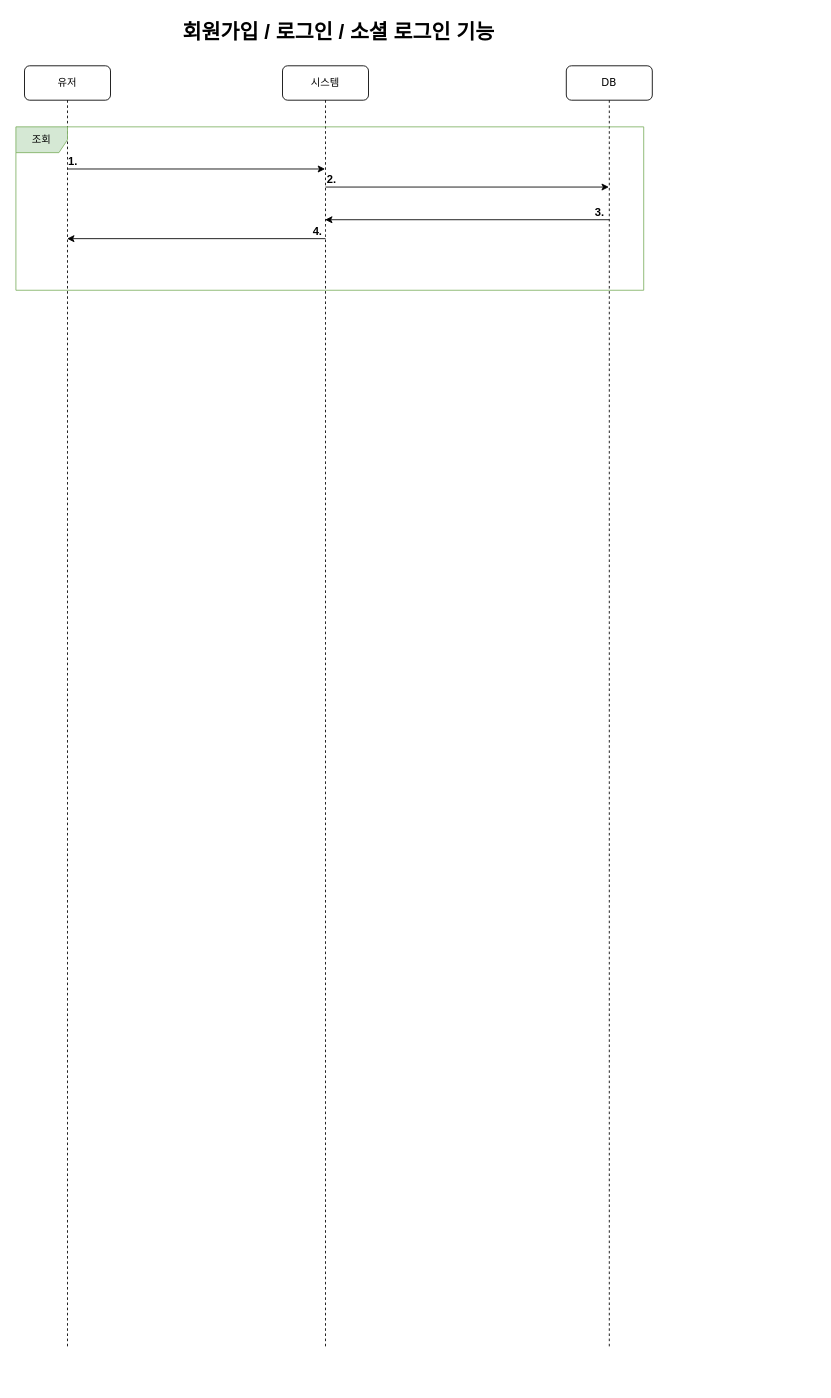
Before: documents/sequence-diagram-login.drawio in mrcocoball/To-Dolist, a draw.io diagram. Source tidied: cells renumbered, new cells numbered last; positions are measured from the earlier drawing's top-left corner, leaving out a move shared by most shapes. Both pictures are drawn from the tidied source at 86%, with x=0, y=0 at pixel (15, 15).
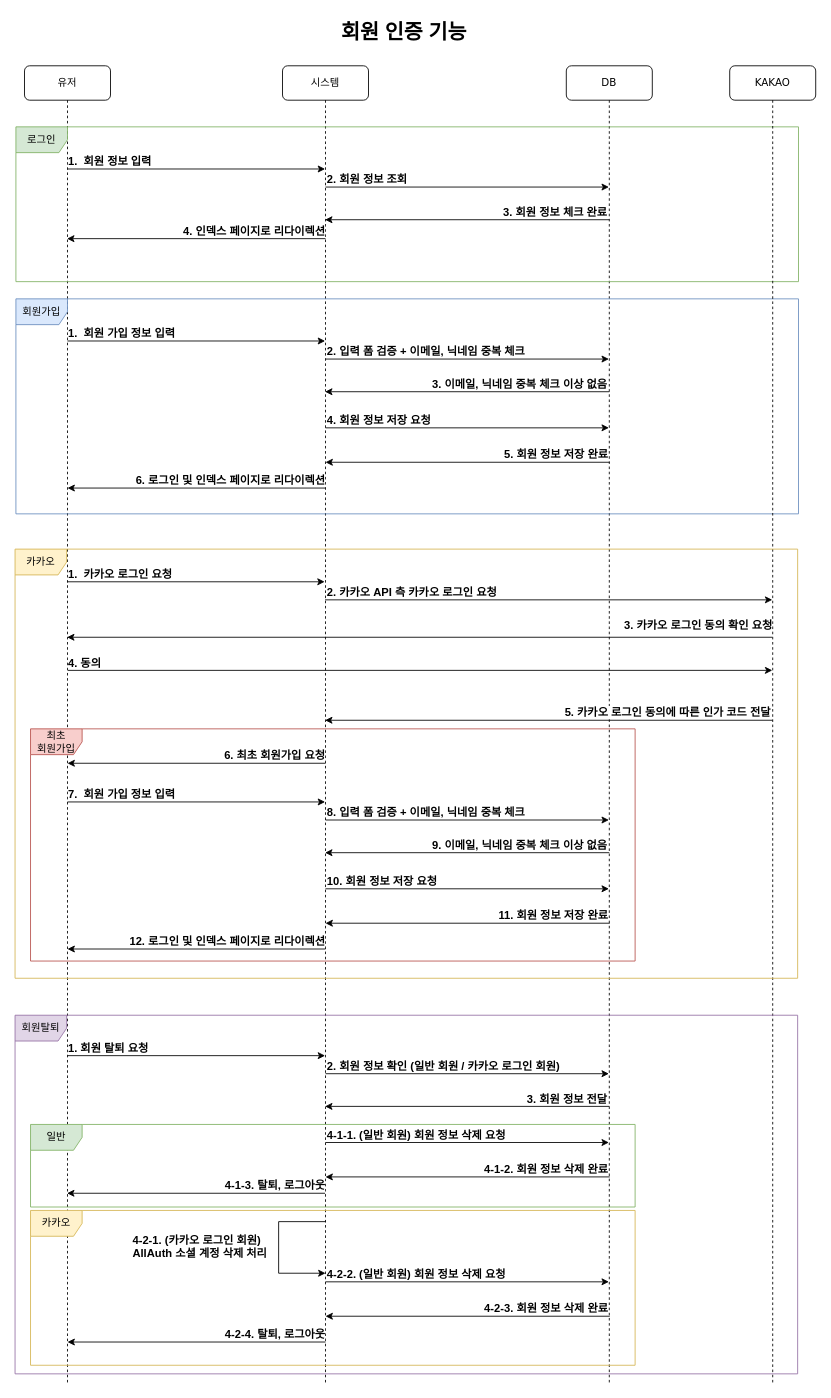
The same page after the edit.

Commit message:
#42 - sequence-diagram-login 수정

Unchanged cells that the change refers to:
```xml
<mxCell id="9" style="endArrow=classic;html=1;rounded=0;" parent="1" edge="1">
  <mxGeometry relative="1" as="geometry">
    <mxPoint x="60" y="179" as="sourcePoint" />
    <mxPoint x="359.5" y="179" as="targetPoint" />
  </mxGeometry>
</mxCell>
```

Change to the diagram source:
```diff
@@
-    <mxCell id="2" value="회원가입 / 로그인 / 소셜 로그인 기능" style="text;strokeColor=none;fillColor=none;html=1;fontSize=24;fontStyle=1;verticalAlign=middle;align=center;" parent="1" vertex="1">
-      <mxGeometry x="325" width="100" height="40" as="geometry" />
+    <mxCell id="2" value="회원 인증 기능" style="text;strokeColor=none;fillColor=none;html=1;fontSize=24;fontStyle=1;verticalAlign=middle;align=center;" parent="1" vertex="1">
+      <mxGeometry x="401" width="100" height="40" as="geometry" />
     </mxCell>
     <mxCell id="3" value="시스템" style="shape=umlLifeline;perimeter=lifelinePerimeter;whiteSpace=wrap;html=1;outlineConnect=0;rounded=1;shadow=0;comic=0;labelBackgroundColor=none;strokeWidth=1;fontFamily=Verdana;fontSize=12;align=center;" parent="1" vertex="1">
-      <mxGeometry x="310" y="59" width="100" height="1491" as="geometry" />
+      <mxGeometry x="310" y="59" width="100" height="1531" as="geometry" />
     </mxCell>
@@
+    <mxCell id="15" style="endArrow=classic;html=1;rounded=0;edgeStyle=elbowEdgeStyle;" parent="3" edge="1">
+      <mxGeometry relative="1" as="geometry">
+        <mxPoint x="50.5" y="1344" as="sourcePoint" />
+        <mxPoint x="50" y="1404" as="targetPoint" />
+        <Array as="points">
+          <mxPoint x="-4.5" y="1404" />
+        </Array>
+      </mxGeometry>
+    </mxCell>
     <mxCell id="5" value="DB" style="shape=umlLifeline;perimeter=lifelinePerimeter;whiteSpace=wrap;html=1;rounded=1;shadow=0;comic=0;labelBackgroundColor=none;strokeWidth=1;fontFamily=Verdana;fontSize=12;align=center;" parent="1" vertex="1">
-      <mxGeometry x="640" y="59" width="100" height="1491" as="geometry" />
+      <mxGeometry x="640" y="59" width="100" height="1531" as="geometry" />
     </mxCell>
@@
-    <mxCell id="7" value="3.&amp;nbsp;" style="edgeLabel;html=1;align=right;verticalAlign=middle;fontSize=13;fontStyle=1;" parent="5" vertex="1">
+    <mxCell id="7" value="3. 회원 정보 체크 완료" style="edgeLabel;html=1;align=right;verticalAlign=middle;fontSize=13;fontStyle=1;" parent="5" vertex="1">
       <mxGeometry x="48" y="169" as="geometry" />
     </mxCell>
     <mxCell id="8" value="유저" style="shape=umlLifeline;perimeter=lifelinePerimeter;whiteSpace=wrap;html=1;outlineConnect=0;rounded=1;shadow=0;comic=0;labelBackgroundColor=none;strokeWidth=1;fontFamily=Verdana;fontSize=12;align=center;" parent="1" vertex="1">
-      <mxGeometry x="10" y="59" width="100" height="1491" as="geometry" />
+      <mxGeometry x="10" y="59" width="100" height="1531" as="geometry" />
     </mxCell>
@@
-    <mxCell id="10" value="1.&amp;nbsp;" style="edgeLabel;html=1;align=left;verticalAlign=middle;fontSize=13;fontStyle=1;" parent="9" vertex="1">
+    <mxCell id="10" value="1.&amp;nbsp; 회원 정보 입력" style="edgeLabel;html=1;align=left;verticalAlign=middle;fontSize=13;fontStyle=1;" parent="9" vertex="1">
       <mxGeometry x="-0.25" y="4" relative="1" as="geometry">
         <mxPoint x="-113" y="-6" as="offset" />
       </mxGeometry>
     </mxCell>
@@
-    <mxCell id="12" value="2.&amp;nbsp;" style="edgeLabel;html=1;align=left;verticalAlign=middle;fontSize=13;fontStyle=1;" parent="1" vertex="1">
+    <mxCell id="12" value="2. 회원 정보 조회" style="edgeLabel;html=1;align=left;verticalAlign=middle;fontSize=13;fontStyle=1;" parent="1" vertex="1">
       <mxGeometry x="360" y="190" as="geometry" />
     </mxCell>
-    <mxCell id="13" value="4.&amp;nbsp;" style="edgeLabel;html=1;align=right;verticalAlign=middle;fontSize=13;fontStyle=1;" parent="1" vertex="1">
+    <mxCell id="13" value="4. 인덱스 페이지로 리다이렉션" style="edgeLabel;html=1;align=right;verticalAlign=middle;fontSize=13;fontStyle=1;" parent="1" vertex="1">
       <mxGeometry x="360" y="250" as="geometry" />
     </mxCell>
-    <mxCell id="14" value="조회" style="shape=umlFrame;whiteSpace=wrap;html=1;fillColor=#d5e8d4;strokeColor=#82b366;" parent="1" vertex="1">
-      <mxGeometry y="130" width="730" height="190" as="geometry" />
+    <mxCell id="14" value="로그인" style="shape=umlFrame;whiteSpace=wrap;html=1;fillColor=#d5e8d4;strokeColor=#82b366;" parent="1" vertex="1">
+      <mxGeometry y="130" width="910" height="180" as="geometry" />
     </mxCell>
+    <mxCell id="16" style="endArrow=classic;html=1;rounded=0;" parent="1" edge="1">
+      <mxGeometry relative="1" as="geometry">
+        <mxPoint x="360" y="550" as="sourcePoint" />
+        <mxPoint x="60" y="550" as="targetPoint" />
+      </mxGeometry>
+    </mxCell>
+    <mxCell id="17" style="endArrow=classic;html=1;rounded=0;" parent="1" edge="1">
+      <mxGeometry relative="1" as="geometry">
+        <mxPoint x="690" y="438" as="sourcePoint" />
+        <mxPoint x="359.5" y="438" as="targetPoint" />
+      </mxGeometry>
+    </mxCell>
+    <mxCell id="18" value="3. 이메일, 닉네임 중복 체크 이상 없음" style="edgeLabel;html=1;align=right;verticalAlign=middle;fontSize=13;fontStyle=1;" parent="1" vertex="1">
+      <mxGeometry x="688" y="428" as="geometry" />
+    </mxCell>
+    <mxCell id="19" style="endArrow=classic;html=1;rounded=0;" parent="1" edge="1">
+      <mxGeometry relative="1" as="geometry">
+        <mxPoint x="60" y="379" as="sourcePoint" />
+        <mxPoint x="359.5" y="379" as="targetPoint" />
+      </mxGeometry>
+    </mxCell>
+    <mxCell id="20" value="1.&amp;nbsp; 회원 가입 정보 입력" style="edgeLabel;html=1;align=left;verticalAlign=middle;fontSize=13;fontStyle=1;" parent="19" vertex="1">
+      <mxGeometry x="-0.25" y="4" relative="1" as="geometry">
+        <mxPoint x="-113" y="-6" as="offset" />
+      </mxGeometry>
+    </mxCell>
+    <mxCell id="21" style="endArrow=classic;html=1;rounded=0;" parent="1" edge="1">
+      <mxGeometry relative="1" as="geometry">
+        <mxPoint x="360" y="400" as="sourcePoint" />
+        <mxPoint x="689.5" y="400" as="targetPoint" />
+      </mxGeometry>
+    </mxCell>
+    <mxCell id="22" value="2. 입력 폼 검증 + 이메일, 닉네임 중복 체크" style="edgeLabel;html=1;align=left;verticalAlign=middle;fontSize=13;fontStyle=1;" parent="1" vertex="1">
+      <mxGeometry x="360" y="390" as="geometry" />
+    </mxCell>
+    <mxCell id="23" value="6. 로그인 및 인덱스 페이지로 리다이렉션" style="edgeLabel;html=1;align=right;verticalAlign=middle;fontSize=13;fontStyle=1;" parent="1" vertex="1">
+      <mxGeometry x="360" y="540" as="geometry" />
+    </mxCell>
+    <mxCell id="24" value="회원가입" style="shape=umlFrame;whiteSpace=wrap;html=1;fillColor=#dae8fc;strokeColor=#6c8ebf;" parent="1" vertex="1">
+      <mxGeometry y="330" width="910" height="250" as="geometry" />
+    </mxCell>
+    <mxCell id="25" style="endArrow=classic;html=1;rounded=0;" parent="1" edge="1">
+      <mxGeometry relative="1" as="geometry">
+        <mxPoint x="360" y="480" as="sourcePoint" />
+        <mxPoint x="689.5" y="480" as="targetPoint" />
+      </mxGeometry>
+    </mxCell>
+    <mxCell id="26" value="4. 회원 정보 저장 요청" style="edgeLabel;html=1;align=left;verticalAlign=middle;fontSize=13;fontStyle=1;" parent="1" vertex="1">
+      <mxGeometry x="360" y="470" as="geometry" />
+    </mxCell>
+    <mxCell id="27" style="endArrow=classic;html=1;rounded=0;" parent="1" edge="1">
+      <mxGeometry relative="1" as="geometry">
+        <mxPoint x="690.5" y="520" as="sourcePoint" />
+        <mxPoint x="360" y="520" as="targetPoint" />
+      </mxGeometry>
+    </mxCell>
+    <mxCell id="28" value="5. 회원 정보 저장 완료" style="edgeLabel;html=1;align=right;verticalAlign=middle;fontSize=13;fontStyle=1;" parent="1" vertex="1">
+      <mxGeometry x="688.5" y="510" as="geometry" />
+    </mxCell>
+    <mxCell id="29" style="endArrow=classic;html=1;rounded=0;" parent="1" edge="1">
+      <mxGeometry relative="1" as="geometry">
+        <mxPoint x="879.5" y="723.5" as="sourcePoint" />
+        <mxPoint x="59.5" y="723.5" as="targetPoint" />
+      </mxGeometry>
+    </mxCell>
+    <mxCell id="30" value="3. 카카오 로그인 동의 확인 요청" style="edgeLabel;html=1;align=right;verticalAlign=middle;fontSize=13;fontStyle=1;" parent="1" vertex="1">
+      <mxGeometry x="880" y="708" as="geometry" />
+    </mxCell>
+    <mxCell id="31" style="endArrow=classic;html=1;rounded=0;" parent="1" edge="1">
+      <mxGeometry relative="1" as="geometry">
+        <mxPoint x="59.5" y="659" as="sourcePoint" />
+        <mxPoint x="359" y="659" as="targetPoint" />
+      </mxGeometry>
+    </mxCell>
+    <mxCell id="32" value="1.&amp;nbsp; 카카오 로그인 요청" style="edgeLabel;html=1;align=left;verticalAlign=middle;fontSize=13;fontStyle=1;" parent="31" vertex="1">
+      <mxGeometry x="-0.25" y="4" relative="1" as="geometry">
+        <mxPoint x="-113" y="-6" as="offset" />
+      </mxGeometry>
+    </mxCell>
+    <mxCell id="33" style="endArrow=classic;html=1;rounded=0;" parent="1" edge="1" target="35">
+      <mxGeometry relative="1" as="geometry">
+        <mxPoint x="359.5" y="680" as="sourcePoint" />
+      </mxGeometry>
+    </mxCell>
+    <mxCell id="34" value="2. 카카오 API 측 카카오 로그인 요청" style="edgeLabel;html=1;align=left;verticalAlign=middle;fontSize=13;fontStyle=1;" parent="1" vertex="1">
+      <mxGeometry x="359.5" y="670" as="geometry" />
+    </mxCell>
+    <mxCell id="35" value="KAKAO" style="shape=umlLifeline;perimeter=lifelinePerimeter;whiteSpace=wrap;html=1;outlineConnect=0;rounded=1;shadow=0;comic=0;labelBackgroundColor=none;strokeWidth=1;fontFamily=Verdana;fontSize=12;align=center;" parent="1" vertex="1">
+      <mxGeometry x="830" y="59" width="100" height="1531" as="geometry" />
+    </mxCell>
+    <mxCell id="36" style="endArrow=classic;html=1;rounded=0;" parent="1" edge="1" target="35">
+      <mxGeometry relative="1" as="geometry">
+        <mxPoint x="60.5" y="762" as="sourcePoint" />
+      </mxGeometry>
+    </mxCell>
+    <mxCell id="37" value="4. 동의" style="edgeLabel;html=1;align=left;verticalAlign=middle;fontSize=13;fontStyle=1;" parent="36" vertex="1">
+      <mxGeometry x="-0.25" y="4" relative="1" as="geometry">
+        <mxPoint x="-309" y="-6" as="offset" />
+      </mxGeometry>
+    </mxCell>
+    <mxCell id="38" style="endArrow=classic;html=1;rounded=0;" parent="1" edge="1" target="3">
+      <mxGeometry relative="1" as="geometry">
+        <mxPoint x="880" y="820" as="sourcePoint" />
+      </mxGeometry>
+    </mxCell>
+    <mxCell id="39" value="5. 카카오 로그인 동의에 따른 인가 코드 전달" style="edgeLabel;html=1;align=right;verticalAlign=middle;fontSize=13;fontStyle=1;" parent="1" vertex="1">
+      <mxGeometry x="878" y="810" as="geometry" />
+    </mxCell>
+    <mxCell id="40" value="6. 최초 회원가입 요청" style="edgeLabel;html=1;align=right;verticalAlign=middle;fontSize=13;fontStyle=1;" parent="1" vertex="1">
+      <mxGeometry x="360" y="860" as="geometry" />
+    </mxCell>
+    <mxCell id="41" style="endArrow=classic;html=1;rounded=0;" parent="1" edge="1">
+      <mxGeometry relative="1" as="geometry">
+        <mxPoint x="360" y="870" as="sourcePoint" />
+        <mxPoint x="60" y="870" as="targetPoint" />
+      </mxGeometry>
+    </mxCell>
+    <mxCell id="42" style="endArrow=classic;html=1;rounded=0;" parent="1" edge="1">
+      <mxGeometry relative="1" as="geometry">
+        <mxPoint x="360" y="1086" as="sourcePoint" />
+        <mxPoint x="60" y="1086" as="targetPoint" />
+      </mxGeometry>
+    </mxCell>
+    <mxCell id="43" style="endArrow=classic;html=1;rounded=0;" parent="1" edge="1">
+      <mxGeometry relative="1" as="geometry">
+        <mxPoint x="690" y="974" as="sourcePoint" />
+        <mxPoint x="359.5" y="974" as="targetPoint" />
+      </mxGeometry>
+    </mxCell>
+    <mxCell id="44" value="9. 이메일, 닉네임 중복 체크 이상 없음" style="edgeLabel;html=1;align=right;verticalAlign=middle;fontSize=13;fontStyle=1;" parent="1" vertex="1">
+      <mxGeometry x="688" y="964" as="geometry" />
+    </mxCell>
+    <mxCell id="45" style="endArrow=classic;html=1;rounded=0;" parent="1" edge="1">
+      <mxGeometry relative="1" as="geometry">
+        <mxPoint x="60" y="915" as="sourcePoint" />
+        <mxPoint x="359.5" y="915" as="targetPoint" />
+      </mxGeometry>
+    </mxCell>
+    <mxCell id="46" value="7.&amp;nbsp; 회원 가입 정보 입력" style="edgeLabel;html=1;align=left;verticalAlign=middle;fontSize=13;fontStyle=1;" parent="45" vertex="1">
+      <mxGeometry x="-0.25" y="4" relative="1" as="geometry">
+        <mxPoint x="-113" y="-6" as="offset" />
+      </mxGeometry>
+    </mxCell>
+    <mxCell id="47" style="endArrow=classic;html=1;rounded=0;" parent="1" edge="1">
+      <mxGeometry relative="1" as="geometry">
+        <mxPoint x="360" y="936" as="sourcePoint" />
+        <mxPoint x="689.5" y="936" as="targetPoint" />
+      </mxGeometry>
+    </mxCell>
+    <mxCell id="48" value="8. 입력 폼 검증 + 이메일, 닉네임 중복 체크" style="edgeLabel;html=1;align=left;verticalAlign=middle;fontSize=13;fontStyle=1;" parent="1" vertex="1">
+      <mxGeometry x="360" y="926" as="geometry" />
+    </mxCell>
+    <mxCell id="49" value="12. 로그인 및 인덱스 페이지로 리다이렉션" style="edgeLabel;html=1;align=right;verticalAlign=middle;fontSize=13;fontStyle=1;" parent="1" vertex="1">
+      <mxGeometry x="360" y="1076" as="geometry" />
+    </mxCell>
+    <mxCell id="50" style="endArrow=classic;html=1;rounded=0;" parent="1" edge="1">
+      <mxGeometry relative="1" as="geometry">
+        <mxPoint x="360" y="1016" as="sourcePoint" />
+        <mxPoint x="689.5" y="1016" as="targetPoint" />
+      </mxGeometry>
+    </mxCell>
+    <mxCell id="51" value="10. 회원 정보 저장 요청" style="edgeLabel;html=1;align=left;verticalAlign=middle;fontSize=13;fontStyle=1;" parent="1" vertex="1">
+      <mxGeometry x="360" y="1006" as="geometry" />
+    </mxCell>
+    <mxCell id="52" style="endArrow=classic;html=1;rounded=0;" parent="1" edge="1">
+      <mxGeometry relative="1" as="geometry">
+        <mxPoint x="690.5" y="1056" as="sourcePoint" />
+        <mxPoint x="360" y="1056" as="targetPoint" />
+      </mxGeometry>
+    </mxCell>
+    <mxCell id="53" value="11. 회원 정보 저장 완료" style="edgeLabel;html=1;align=right;verticalAlign=middle;fontSize=13;fontStyle=1;" parent="1" vertex="1">
+      <mxGeometry x="688.5" y="1046" as="geometry" />
+    </mxCell>
+    <mxCell id="54" value="카카오" style="shape=umlFrame;whiteSpace=wrap;html=1;fillColor=#fff2cc;strokeColor=#d6b656;" parent="1" vertex="1">
+      <mxGeometry x="-1" y="621" width="910" height="499" as="geometry" />
+    </mxCell>
+    <mxCell id="55" value="최초 &lt;br&gt;회원가입" style="shape=umlFrame;whiteSpace=wrap;html=1;fillColor=#f8cecc;strokeColor=#b85450;" parent="1" vertex="1">
+      <mxGeometry x="17" y="830" width="703" height="270" as="geometry" />
+    </mxCell>
+    <mxCell id="56" style="endArrow=classic;html=1;rounded=0;" parent="1" edge="1">
+      <mxGeometry relative="1" as="geometry">
+        <mxPoint x="360" y="1543" as="sourcePoint" />
+        <mxPoint x="60" y="1543" as="targetPoint" />
+      </mxGeometry>
+    </mxCell>
+    <mxCell id="57" style="endArrow=classic;html=1;rounded=0;" parent="1" edge="1">
+      <mxGeometry relative="1" as="geometry">
+        <mxPoint x="690" y="1269" as="sourcePoint" />
+        <mxPoint x="359.5" y="1269" as="targetPoint" />
+      </mxGeometry>
+    </mxCell>
+    <mxCell id="58" value="3. 회원 정보 전달" style="edgeLabel;html=1;align=right;verticalAlign=middle;fontSize=13;fontStyle=1;" parent="1" vertex="1">
+      <mxGeometry x="688" y="1259" as="geometry" />
+    </mxCell>
+    <mxCell id="59" style="endArrow=classic;html=1;rounded=0;" parent="1" edge="1">
+      <mxGeometry relative="1" as="geometry">
+        <mxPoint x="60" y="1210" as="sourcePoint" />
+        <mxPoint x="359.5" y="1210" as="targetPoint" />
+      </mxGeometry>
+    </mxCell>
+    <mxCell id="60" value="1. 회원 탈퇴 요청" style="edgeLabel;html=1;align=left;verticalAlign=middle;fontSize=13;fontStyle=1;" parent="59" vertex="1">
+      <mxGeometry x="-0.25" y="4" relative="1" as="geometry">
+        <mxPoint x="-113" y="-6" as="offset" />
+      </mxGeometry>
+    </mxCell>
+    <mxCell id="61" style="endArrow=classic;html=1;rounded=0;" parent="1" edge="1">
+      <mxGeometry relative="1" as="geometry">
+        <mxPoint x="360" y="1231" as="sourcePoint" />
+        <mxPoint x="689.5" y="1231" as="targetPoint" />
+      </mxGeometry>
+    </mxCell>
+    <mxCell id="62" value="2. 회원 정보 확인 (일반 회원 / 카카오 로그인 회원)" style="edgeLabel;html=1;align=left;verticalAlign=middle;fontSize=13;fontStyle=1;" parent="1" vertex="1">
+      <mxGeometry x="360" y="1221" as="geometry" />
+    </mxCell>
+    <mxCell id="63" value="4-2-4. 탈퇴, 로그아웃" style="edgeLabel;html=1;align=right;verticalAlign=middle;fontSize=13;fontStyle=1;" parent="1" vertex="1">
+      <mxGeometry x="360" y="1533" as="geometry" />
+    </mxCell>
+    <mxCell id="64" style="endArrow=classic;html=1;rounded=0;" parent="1" edge="1">
+      <mxGeometry relative="1" as="geometry">
+        <mxPoint x="360" y="1311" as="sourcePoint" />
+        <mxPoint x="689.5" y="1311" as="targetPoint" />
+      </mxGeometry>
+    </mxCell>
+    <mxCell id="65" value="4-1-1. (일반 회원) 회원 정보 삭제 요청" style="edgeLabel;html=1;align=left;verticalAlign=middle;fontSize=13;fontStyle=1;" parent="1" vertex="1">
+      <mxGeometry x="360" y="1301" as="geometry" />
+    </mxCell>
+    <mxCell id="66" style="endArrow=classic;html=1;rounded=0;" parent="1" edge="1">
+      <mxGeometry relative="1" as="geometry">
+        <mxPoint x="690.5" y="1351" as="sourcePoint" />
+        <mxPoint x="360" y="1351" as="targetPoint" />
+      </mxGeometry>
+    </mxCell>
+    <mxCell id="67" value="4-1-2. 회원 정보 삭제 완료" style="edgeLabel;html=1;align=right;verticalAlign=middle;fontSize=13;fontStyle=1;" parent="1" vertex="1">
+      <mxGeometry x="688.5" y="1341" as="geometry" />
+    </mxCell>
+    <mxCell id="68" style="endArrow=classic;html=1;rounded=0;" parent="1" edge="1">
+      <mxGeometry relative="1" as="geometry">
+        <mxPoint x="360" y="1473" as="sourcePoint" />
+        <mxPoint x="689.5" y="1473" as="targetPoint" />
+      </mxGeometry>
+    </mxCell>
+    <mxCell id="69" value="4-2-2. (일반 회원) 회원 정보 삭제 요청" style="edgeLabel;html=1;align=left;verticalAlign=middle;fontSize=13;fontStyle=1;" parent="1" vertex="1">
+      <mxGeometry x="360" y="1463" as="geometry" />
+    </mxCell>
+    <mxCell id="70" style="endArrow=classic;html=1;rounded=0;" parent="1" edge="1">
+      <mxGeometry relative="1" as="geometry">
+        <mxPoint x="690.5" y="1513" as="sourcePoint" />
+        <mxPoint x="360" y="1513" as="targetPoint" />
+      </mxGeometry>
+    </mxCell>
+    <mxCell id="71" value="4-2-3. 회원 정보 삭제 완료" style="edgeLabel;html=1;align=right;verticalAlign=middle;fontSize=13;fontStyle=1;" parent="1" vertex="1">
+      <mxGeometry x="688.5" y="1503" as="geometry" />
+    </mxCell>
+    <mxCell id="72" style="endArrow=classic;html=1;rounded=0;" parent="1" edge="1">
+      <mxGeometry relative="1" as="geometry">
+        <mxPoint x="359.5" y="1370" as="sourcePoint" />
+        <mxPoint x="59.5" y="1370" as="targetPoint" />
+      </mxGeometry>
+    </mxCell>
+    <mxCell id="73" value="4-1-3. 탈퇴, 로그아웃" style="edgeLabel;html=1;align=right;verticalAlign=middle;fontSize=13;fontStyle=1;" parent="1" vertex="1">
+      <mxGeometry x="359.5" y="1360" as="geometry" />
+    </mxCell>
+    <mxCell id="74" value="4-2-1. (카카오 로그인 회원)&lt;br&gt;AllAuth 소셜 계정 삭제 처리" style="edgeLabel;html=1;align=left;verticalAlign=middle;fontSize=13;fontStyle=1;" parent="1" vertex="1">
+      <mxGeometry x="134" y="1431" as="geometry" />
+    </mxCell>
+    <mxCell id="75" value="일반" style="shape=umlFrame;whiteSpace=wrap;html=1;fillColor=#d5e8d4;strokeColor=#82b366;" parent="1" vertex="1">
+      <mxGeometry x="17" y="1290" width="703" height="96" as="geometry" />
+    </mxCell>
+    <mxCell id="76" value="카카오" style="shape=umlFrame;whiteSpace=wrap;html=1;fillColor=#fff2cc;strokeColor=#d6b656;" parent="1" vertex="1">
+      <mxGeometry x="17" y="1390" width="703" height="180" as="geometry" />
+    </mxCell>
+    <mxCell id="77" value="회원탈퇴" style="shape=umlFrame;whiteSpace=wrap;html=1;fillColor=#e1d5e7;strokeColor=#9673a6;" parent="1" vertex="1">
+      <mxGeometry x="-1" y="1163" width="910" height="417" as="geometry" />
+    </mxCell>
```
